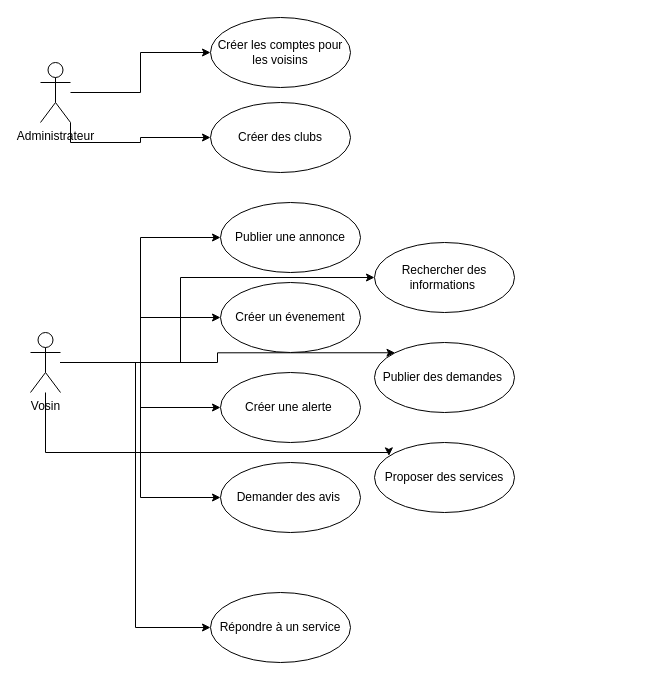
Adjaro/Modelisation keeps this draw.io diagram as Diagrammecl.drawio. Above is the earlier version. Source tidied: cells renumbered, new cells numbered last; positions are measured from the earlier drawing's top-left corner, leaving out a move shared by most shapes. Both pictures are drawn from the tidied source at 100%, with x=0, y=0 at pixel (30, 17).
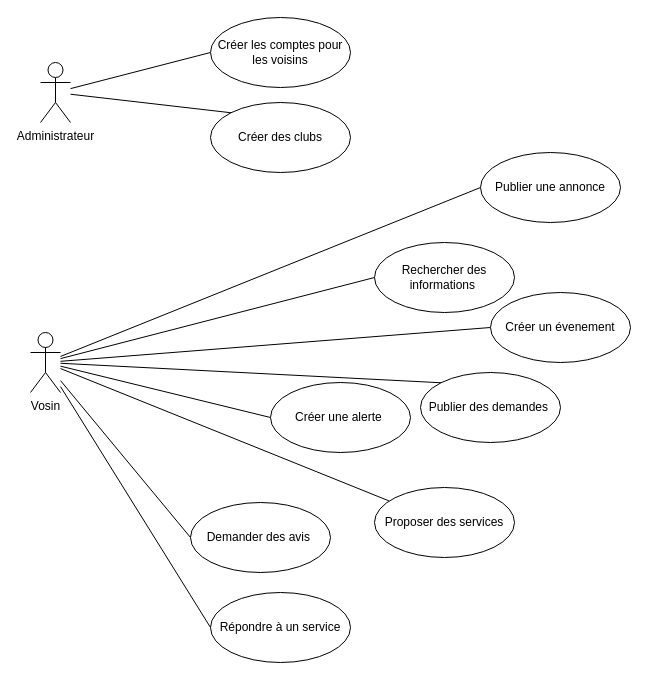
After the change.

Commit message (it also covers changes not shown here):
Mettre à jour Diagrammecl.drawio

The change refers to these unchanged cells:
```xml
<mxCell id="4" value="Administrateur" style="shape=umlActor;verticalLabelPosition=bottom;verticalAlign=top;html=1;outlineConnect=0;" parent="1" vertex="1">
  <mxGeometry x="10" y="45" width="30" height="60" as="geometry" />
</mxCell>
<mxCell id="13" value="Vosin" style="shape=umlActor;verticalLabelPosition=bottom;verticalAlign=top;html=1;" parent="1" vertex="1">
  <mxGeometry y="315" width="30" height="60" as="geometry" />
</mxCell>
<mxCell id="14" value="&lt;div class=&quot;O0&quot;&gt;&lt;span style=&quot;&quot;&gt;Créer les comptes pour les voisins&lt;/span&gt;&lt;/div&gt;" style="ellipse;whiteSpace=wrap;html=1;" parent="1" vertex="1">
  <mxGeometry x="180" width="140" height="70" as="geometry" />
</mxCell>
<mxCell id="15" value="Créer des clubs" style="ellipse;whiteSpace=wrap;html=1;" parent="1" vertex="1">
  <mxGeometry x="180" y="85" width="140" height="70" as="geometry" />
</mxCell>
<mxCell id="21" value="Rechercher des informations&amp;nbsp;" style="ellipse;whiteSpace=wrap;html=1;" parent="1" vertex="1">
  <mxGeometry x="344" y="225" width="140" height="70" as="geometry" />
</mxCell>
<mxCell id="23" value="Répondre à un service" style="ellipse;whiteSpace=wrap;html=1;" parent="1" vertex="1">
  <mxGeometry x="180" y="575" width="140" height="70" as="geometry" />
</mxCell>
```

Diff of the diagram source:
```diff
@@
-    <mxCell id="2" style="edgeStyle=orthogonalEdgeStyle;rounded=0;jettySize=auto;html=1;fontSize=12;" parent="1" edge="1" source="4" target="14">
+    <mxCell id="2" style="edgeStyle=none;rounded=0;jettySize=auto;html=1;entryX=0;entryY=0.5;entryDx=0;entryDy=0;fontSize=12;endArrow=none;endFill=0;" parent="1" edge="1" source="4" target="14">
       <mxGeometry relative="1" as="geometry" />
     </mxCell>
-    <mxCell id="3" style="edgeStyle=orthogonalEdgeStyle;rounded=0;jettySize=auto;html=1;exitX=1;exitY=1;exitDx=0;exitDy=0;exitPerimeter=0;fontSize=12;" parent="1" edge="1" source="4" target="15">
+    <mxCell id="3" style="edgeStyle=none;rounded=0;jettySize=auto;html=1;entryX=0;entryY=0;entryDx=0;entryDy=0;fontSize=12;endArrow=none;endFill=0;" parent="1" edge="1" source="4" target="15">
       <mxGeometry relative="1" as="geometry" />
     </mxCell>
@@
-    <mxCell id="5" style="edgeStyle=orthogonalEdgeStyle;rounded=0;jettySize=auto;html=1;entryX=0;entryY=0.5;entryDx=0;entryDy=0;fontSize=12;" parent="1" edge="1" source="13" target="16">
+    <mxCell id="5" style="rounded=0;jettySize=auto;html=1;entryX=0;entryY=0.5;entryDx=0;entryDy=0;fontSize=12;endArrow=none;endFill=0;" parent="1" edge="1" source="13" target="16">
       <mxGeometry relative="1" as="geometry" />
     </mxCell>
-    <mxCell id="6" style="edgeStyle=orthogonalEdgeStyle;rounded=0;jettySize=auto;html=1;entryX=0;entryY=0.5;entryDx=0;entryDy=0;fontSize=12;" parent="1" edge="1" source="13" target="17">
+    <mxCell id="6" style="rounded=0;jettySize=auto;html=1;entryX=0;entryY=0.5;entryDx=0;entryDy=0;fontSize=12;endArrow=none;endFill=0;elbow=vertical;" parent="1" edge="1" source="13" target="17">
       <mxGeometry relative="1" as="geometry" />
     </mxCell>
-    <mxCell id="7" style="edgeStyle=orthogonalEdgeStyle;rounded=0;jettySize=auto;html=1;entryX=0;entryY=0.5;entryDx=0;entryDy=0;fontSize=12;" parent="1" edge="1" source="13" target="18">
+    <mxCell id="7" style="rounded=0;jettySize=auto;html=1;entryX=0;entryY=0.5;entryDx=0;entryDy=0;fontSize=12;endArrow=none;endFill=0;elbow=vertical;" parent="1" edge="1" source="13" target="18">
       <mxGeometry relative="1" as="geometry" />
     </mxCell>
-    <mxCell id="8" style="edgeStyle=orthogonalEdgeStyle;rounded=0;jettySize=auto;html=1;entryX=0;entryY=0.5;entryDx=0;entryDy=0;fontSize=12;" parent="1" edge="1" source="13" target="21">
-      <mxGeometry relative="1" as="geometry">
-        <Array as="points">
-          <mxPoint x="150" y="345" />
-          <mxPoint x="150" y="260" />
-        </Array>
-      </mxGeometry>
+    <mxCell id="8" style="rounded=0;jettySize=auto;html=1;entryX=0;entryY=0.5;entryDx=0;entryDy=0;fontSize=12;endArrow=none;endFill=0;" parent="1" edge="1" source="13" target="21">
+      <mxGeometry relative="1" as="geometry" />
     </mxCell>
-    <mxCell id="9" style="edgeStyle=orthogonalEdgeStyle;rounded=0;jettySize=auto;html=1;entryX=0;entryY=0;entryDx=0;entryDy=0;fontSize=12;" parent="1" edge="1" source="13" target="19">
+    <mxCell id="9" style="rounded=0;jettySize=auto;html=1;entryX=0;entryY=0;entryDx=0;entryDy=0;fontSize=12;endArrow=none;endFill=0;" parent="1" edge="1" source="13" target="19">
       <mxGeometry relative="1" as="geometry" />
     </mxCell>
-    <mxCell id="10" style="edgeStyle=orthogonalEdgeStyle;rounded=0;jettySize=auto;html=1;entryX=0.103;entryY=0.191;entryDx=0;entryDy=0;entryPerimeter=0;fontSize=12;" parent="1" edge="1" source="13" target="22">
-      <mxGeometry relative="1" as="geometry">
-        <Array as="points">
-          <mxPoint x="15" y="435" />
-          <mxPoint x="358" y="435" />
-        </Array>
-      </mxGeometry>
+    <mxCell id="10" style="rounded=0;jettySize=auto;html=1;entryX=0.103;entryY=0.191;entryDx=0;entryDy=0;entryPerimeter=0;fontSize=12;endArrow=none;endFill=0;" parent="1" edge="1" source="13" target="22">
+      <mxGeometry relative="1" as="geometry" />
     </mxCell>
-    <mxCell id="11" style="edgeStyle=orthogonalEdgeStyle;rounded=0;jettySize=auto;html=1;entryX=0;entryY=0.5;entryDx=0;entryDy=0;fontSize=12;" parent="1" edge="1" source="13" target="20">
+    <mxCell id="11" style="rounded=0;jettySize=auto;html=1;entryX=0;entryY=0.5;entryDx=0;entryDy=0;fontSize=12;endArrow=none;endFill=0;" parent="1" edge="1" source="13" target="20">
       <mxGeometry relative="1" as="geometry" />
     </mxCell>
-    <mxCell id="12" style="edgeStyle=orthogonalEdgeStyle;rounded=0;jettySize=auto;html=1;entryX=0;entryY=0.5;entryDx=0;entryDy=0;fontSize=12;" parent="1" edge="1" source="13" target="23">
+    <mxCell id="12" style="rounded=0;jettySize=auto;html=1;entryX=0;entryY=0.5;entryDx=0;entryDy=0;fontSize=12;endArrow=none;endFill=0;" parent="1" edge="1" source="13" target="23">
       <mxGeometry relative="1" as="geometry" />
     </mxCell>
@@
     <mxCell id="16" value="Publier une annonce" style="ellipse;whiteSpace=wrap;html=1;" parent="1" vertex="1">
-      <mxGeometry x="190" y="185" width="140" height="70" as="geometry" />
+      <mxGeometry x="450" y="135" width="140" height="70" as="geometry" />
     </mxCell>
     <mxCell id="17" value="Créer un évenement" style="ellipse;whiteSpace=wrap;html=1;" parent="1" vertex="1">
-      <mxGeometry x="190" y="265" width="140" height="70" as="geometry" />
+      <mxGeometry x="460" y="275" width="140" height="70" as="geometry" />
     </mxCell>
     <mxCell id="18" value="Créer une alerte&amp;nbsp;" style="ellipse;whiteSpace=wrap;html=1;" parent="1" vertex="1">
-      <mxGeometry x="190" y="355" width="140" height="70" as="geometry" />
+      <mxGeometry x="240" y="365" width="140" height="70" as="geometry" />
     </mxCell>
     <mxCell id="19" value="Publier des demandes&amp;nbsp;" style="ellipse;whiteSpace=wrap;html=1;" parent="1" vertex="1">
-      <mxGeometry x="344" y="325" width="140" height="70" as="geometry" />
+      <mxGeometry x="390" y="355" width="140" height="70" as="geometry" />
     </mxCell>
     <mxCell id="20" value="Demander des avis&amp;nbsp;" style="ellipse;whiteSpace=wrap;html=1;" parent="1" vertex="1">
-      <mxGeometry x="190" y="445" width="140" height="70" as="geometry" />
+      <mxGeometry x="160" y="485" width="140" height="70" as="geometry" />
     </mxCell>
@@
     <mxCell id="22" value="Proposer des services" style="ellipse;whiteSpace=wrap;html=1;" parent="1" vertex="1">
-      <mxGeometry x="344" y="425" width="140" height="70" as="geometry" />
+      <mxGeometry x="344" y="470" width="140" height="70" as="geometry" />
     </mxCell>
```
